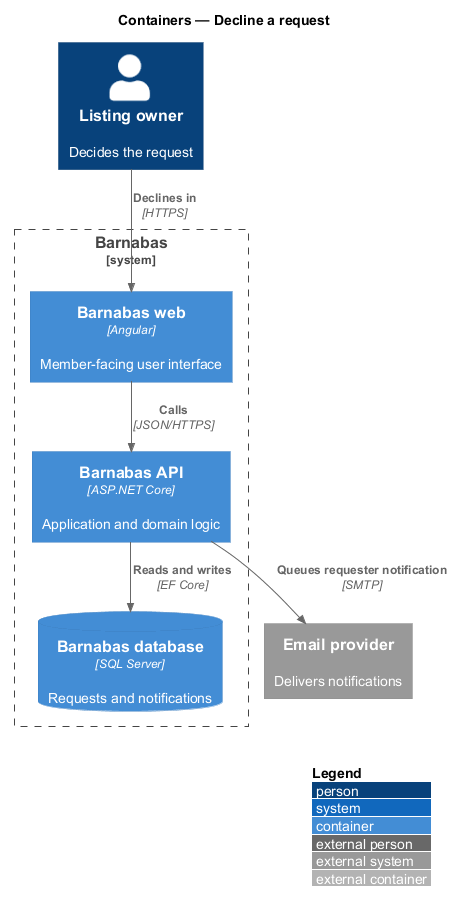
Earlier version of the PlantUML export docs/detailed-designs/requests/decline-a-request/diagrams/c4-container.png (QuinntyneBrown/Barnabas). Source of this version:
```plantuml
@startuml
!pragma layout smetana
!include <C4/C4_Container>
LAYOUT_WITH_LEGEND()
title Containers — Decline a request

Person(owner, "Listing owner", "Decides the request")
System_Boundary(barnabas, "Barnabas") {
  Container(spa, "Barnabas web", "Angular", "Member-facing user interface")
  Container(api, "Barnabas API", "ASP.NET Core", "Application and domain logic")
  ContainerDb(db, "Barnabas database", "SQL Server", "Requests and notifications")
}
System_Ext(email, "Email provider", "Delivers notifications")

Rel(owner, spa, "Declines in", "HTTPS")
Rel(spa, api, "Calls", "JSON/HTTPS")
Rel(api, db, "Reads and writes", "EF Core")
Rel(api, email, "Queues requester notification", "SMTP")
@enduml
```
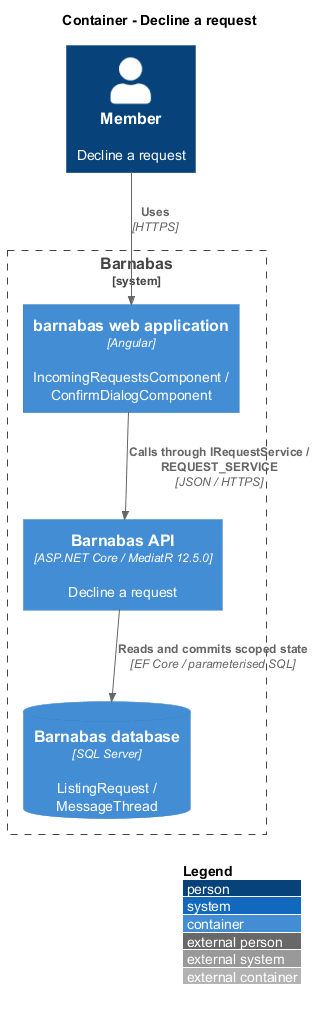
After the commit.

Diff of the diagram source:
```diff
@@ -1,19 +1,14 @@
 @startuml
-!pragma layout smetana
 !include <C4/C4_Container>
 LAYOUT_WITH_LEGEND()
-title Containers — Decline a request
-
-Person(owner, "Listing owner", "Decides the request")
+title Container - Decline a request
+Person(actor, "Member", "Decline a request")
 System_Boundary(barnabas, "Barnabas") {
-  Container(spa, "Barnabas web", "Angular", "Member-facing user interface")
-  Container(api, "Barnabas API", "ASP.NET Core", "Application and domain logic")
-  ContainerDb(db, "Barnabas database", "SQL Server", "Requests and notifications")
+  Container(web, "barnabas web application", "Angular", "IncomingRequestsComponent / ConfirmDialogComponent")
+  Container(api, "Barnabas API", "ASP.NET Core / MediatR 12.5.0", "Decline a request")
+  ContainerDb(db, "Barnabas database", "SQL Server", "ListingRequest / MessageThread")
 }
-System_Ext(email, "Email provider", "Delivers notifications")
-
-Rel(owner, spa, "Declines in", "HTTPS")
-Rel(spa, api, "Calls", "JSON/HTTPS")
-Rel(api, db, "Reads and writes", "EF Core")
-Rel(api, email, "Queues requester notification", "SMTP")
+Rel(actor, web, "Uses", "HTTPS")
+Rel(web, api, "Calls through IRequestService / REQUEST_SERVICE", "JSON / HTTPS")
+Rel(api, db, "Reads and commits scoped state", "EF Core / parameterised SQL")
 @enduml
```
